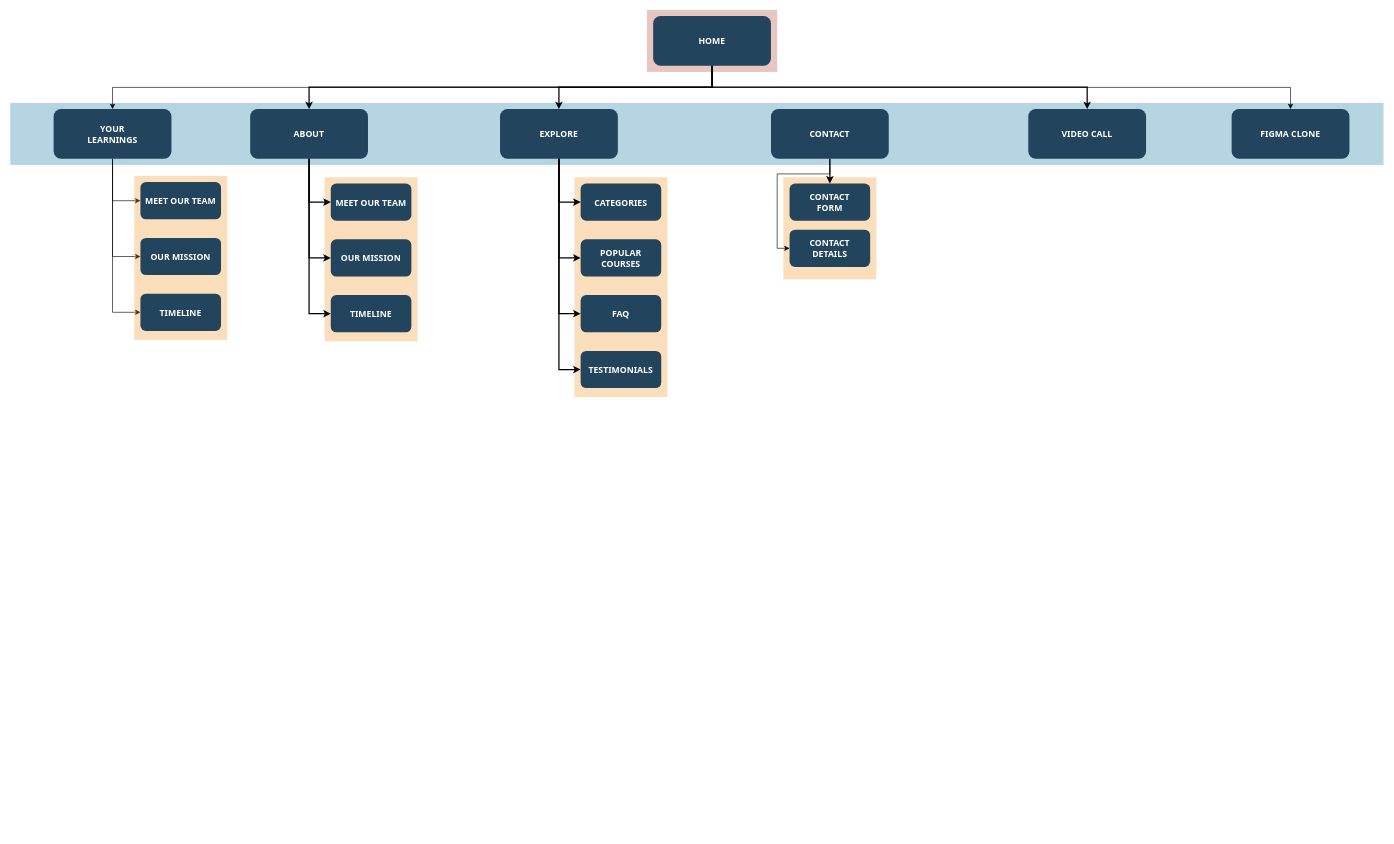
Before: Sitemap.drawio in ayush-ranjan07/DynamiX, a draw.io diagram. Source tidied: cells renumbered, new cells numbered last; positions are measured from the earlier drawing's top-left corner, leaving out a move shared by most shapes. Both pictures are drawn from the tidied source at 62%, with x=0, y=0 at pixel (10, 10).
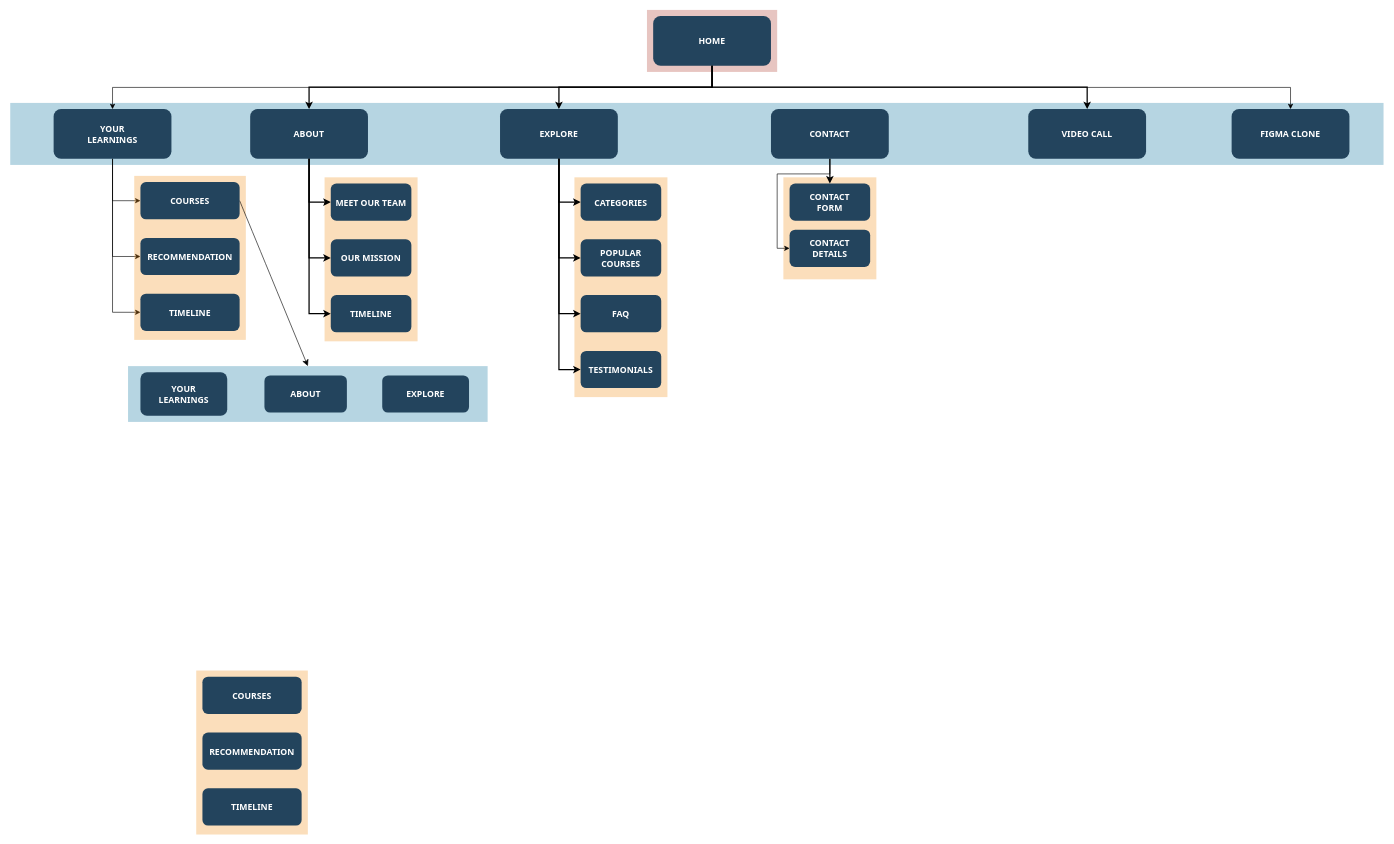
Above is the later version.

The edit, as a diff of the source:
```diff
@@
     <mxCell id="41" style="fillColor=#F2931E;strokeColor=none;opacity=30;" parent="1" vertex="1">
-      <mxGeometry x="200" y="267.2" width="150" height="264.5" as="geometry" />
+      <mxGeometry x="200" y="267.2" width="180" height="264.5" as="geometry" />
     </mxCell>
+    <mxCell id="45" style="edgeStyle=none;curved=1;rounded=0;jettySize=auto;html=1;exitX=1;exitY=0.5;exitDx=0;exitDy=0;entryX=0.5;entryY=0;entryDx=0;entryDy=0;fontSize=12;startSize=8;endSize=8;" parent="1" edge="1" source="42" target="50">
+      <mxGeometry relative="1" as="geometry" />
+    </mxCell>
-    <mxCell id="42" value="MEET OUR TEAM" style="rounded=1;fillColor=#23445D;gradientColor=none;strokeColor=none;fontColor=#FFFFFF;fontStyle=1;fontFamily=Tahoma;fontSize=14;" parent="1" vertex="1">
-      <mxGeometry x="210" y="277.2" width="130" height="60" as="geometry" />
+    <mxCell id="42" value="COURSES" style="rounded=1;fillColor=#23445D;gradientColor=none;strokeColor=none;fontColor=#FFFFFF;fontStyle=1;fontFamily=Tahoma;fontSize=14;" parent="1" vertex="1">
+      <mxGeometry x="210" y="277.2" width="160" height="60" as="geometry" />
     </mxCell>
-    <mxCell id="43" value="OUR MISSION" style="rounded=1;fillColor=#23445D;gradientColor=none;strokeColor=none;fontColor=#FFFFFF;fontStyle=1;fontFamily=Tahoma;fontSize=14;" parent="1" vertex="1">
-      <mxGeometry x="210" y="367.2" width="130" height="60" as="geometry" />
+    <mxCell id="43" value="RECOMMENDATION" style="rounded=1;fillColor=#23445D;gradientColor=none;strokeColor=none;fontColor=#FFFFFF;fontStyle=1;fontFamily=Tahoma;fontSize=14;" parent="1" vertex="1">
+      <mxGeometry x="210" y="367.2" width="160" height="60" as="geometry" />
     </mxCell>
     <mxCell id="44" value="TIMELINE" style="rounded=1;fillColor=#23445D;gradientColor=none;strokeColor=none;fontColor=#FFFFFF;fontStyle=1;fontFamily=Tahoma;fontSize=14;" parent="1" vertex="1">
-      <mxGeometry x="210" y="457.2" width="130" height="60" as="geometry" />
+      <mxGeometry x="210" y="457.2" width="160" height="60" as="geometry" />
     </mxCell>
+    <mxCell id="46" style="fillColor=#F2931E;strokeColor=none;opacity=30;" parent="1" vertex="1">
+      <mxGeometry x="300" y="1065" width="180" height="264.5" as="geometry" />
+    </mxCell>
+    <mxCell id="47" value="COURSES" style="rounded=1;fillColor=#23445D;gradientColor=none;strokeColor=none;fontColor=#FFFFFF;fontStyle=1;fontFamily=Tahoma;fontSize=14;" parent="1" vertex="1">
+      <mxGeometry x="310" y="1075" width="160" height="60" as="geometry" />
+    </mxCell>
+    <mxCell id="48" value="RECOMMENDATION" style="rounded=1;fillColor=#23445D;gradientColor=none;strokeColor=none;fontColor=#FFFFFF;fontStyle=1;fontFamily=Tahoma;fontSize=14;" parent="1" vertex="1">
+      <mxGeometry x="310" y="1165" width="160" height="60" as="geometry" />
+    </mxCell>
+    <mxCell id="49" value="TIMELINE" style="rounded=1;fillColor=#23445D;gradientColor=none;strokeColor=none;fontColor=#FFFFFF;fontStyle=1;fontFamily=Tahoma;fontSize=14;" parent="1" vertex="1">
+      <mxGeometry x="310" y="1255" width="160" height="60" as="geometry" />
+    </mxCell>
+    <mxCell id="50" style="fillColor=#10739E;strokeColor=none;opacity=30;" parent="1" vertex="1">
+      <mxGeometry x="190" y="574" width="580" height="90" as="geometry" />
+    </mxCell>
+    <mxCell id="51" value="ABOUT" style="rounded=1;fillColor=#23445D;gradientColor=none;strokeColor=none;fontColor=#FFFFFF;fontStyle=1;fontFamily=Tahoma;fontSize=14;" parent="1" vertex="1">
+      <mxGeometry x="410" y="589" width="133" height="60" as="geometry" />
+    </mxCell>
+    <mxCell id="52" value="EXPLORE" style="rounded=1;fillColor=#23445D;gradientColor=none;strokeColor=none;fontColor=#FFFFFF;fontStyle=1;fontFamily=Tahoma;fontSize=14;" parent="1" vertex="1">
+      <mxGeometry x="600" y="589" width="140" height="60" as="geometry" />
+    </mxCell>
+    <mxCell id="53" value="YOUR&#10;LEARNINGS" style="rounded=1;fillColor=#23445D;gradientColor=none;strokeColor=none;fontColor=#FFFFFF;fontStyle=1;fontFamily=Tahoma;fontSize=14;" parent="1" vertex="1">
+      <mxGeometry x="210" y="584" width="140" height="70" as="geometry" />
+    </mxCell>
```
